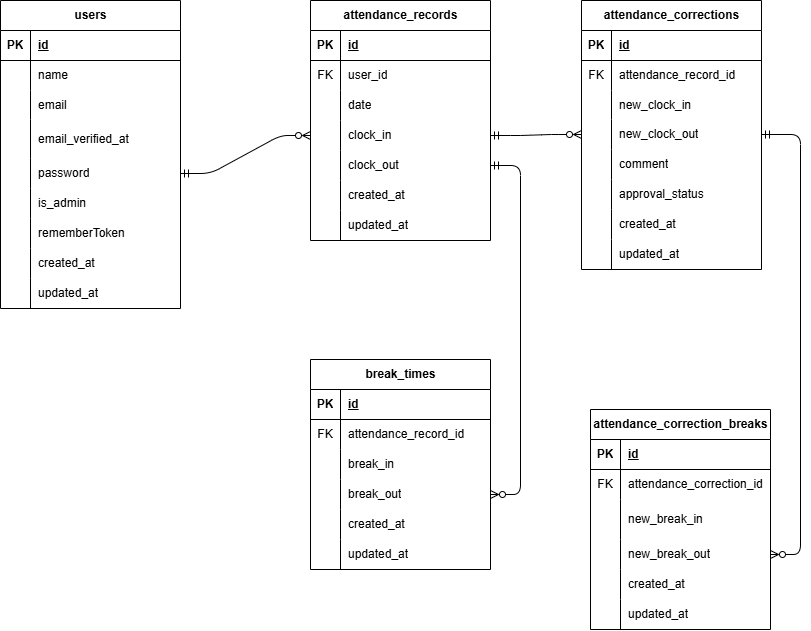
Before: ER.drawio.png, a diagram exported from draw.io (Kazuki-Yamaoka/attendance-app). Source tidied: cells renumbered, new cells last; positions are measured from the earlier drawing's top-left corner, leaving out a move shared by most shapes.
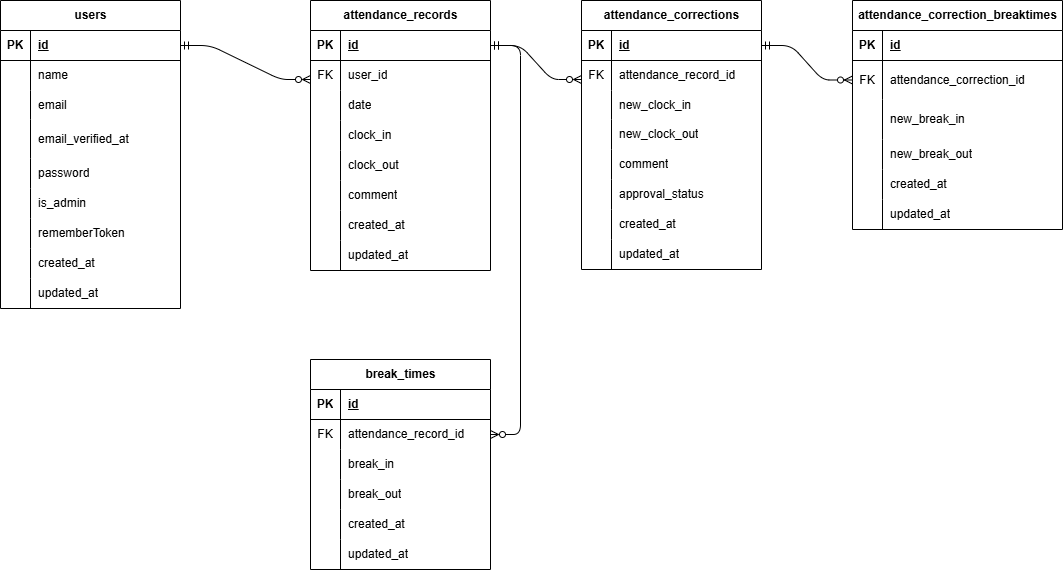
Later version of the same file.

The edit, as a diff of the source:
```diff
@@ -87,7 +87,7 @@
       <mxGeometry x="30" width="150" height="30" as="geometry" />
     </mxCell>
     <mxCell id="30" value="attendance_records" style="shape=table;startSize=30;rowLines=0;fontStyle=1;align=center;html=1;" parent="1" vertex="1">
-      <mxGeometry x="310" width="180" height="240" as="geometry" />
+      <mxGeometry x="310" width="180" height="270" as="geometry" />
     </mxCell>
     <mxCell id="31" style="shape=tableRow;horizontal=0;startSize=0;swimlaneHead=0;swimlaneBody=0;fillColor=none;points=[[0,0.5],[1,0.5]];portConstraint=eastwest;top=0;left=0;right=0;bottom=1;" parent="30" vertex="1">
       <mxGeometry y="30" width="180" height="30" as="geometry" />
@@ -134,8 +134,17 @@
     <mxCell id="45" value="clock_out" style="shape=partialRectangle;fillColor=none;top=0;left=0;bottom=0;right=0;align=left;spacingLeft=6;overflow=hidden;whiteSpace=wrap;html=1;" parent="43" vertex="1">
       <mxGeometry x="30" width="150" height="30" as="geometry" />
     </mxCell>
+    <mxCell id="120" style="shape=tableRow;horizontal=0;startSize=0;swimlaneHead=0;swimlaneBody=0;fillColor=none;top=0;left=0;right=0;bottom=0;" parent="30" vertex="1">
+      <mxGeometry y="180" width="180" height="30" as="geometry" />
+    </mxCell>
+    <mxCell id="121" style="shape=partialRectangle;fillColor=none;top=0;left=0;bottom=0;right=0;overflow=hidden;whiteSpace=wrap;html=1;" parent="120" vertex="1">
+      <mxGeometry width="30" height="30" as="geometry" />
+    </mxCell>
+    <mxCell id="122" value="comment" style="shape=partialRectangle;fillColor=none;top=0;left=0;bottom=0;right=0;align=left;spacingLeft=6;overflow=hidden;whiteSpace=wrap;html=1;" parent="120" vertex="1">
+      <mxGeometry x="30" width="150" height="30" as="geometry" />
+    </mxCell>
     <mxCell id="46" style="shape=tableRow;horizontal=0;startSize=0;swimlaneHead=0;swimlaneBody=0;fillColor=none;top=0;left=0;right=0;bottom=0;" parent="30" vertex="1">
-      <mxGeometry y="180" width="180" height="30" as="geometry" />
+      <mxGeometry y="210" width="180" height="30" as="geometry" />
     </mxCell>
     <mxCell id="47" style="shape=partialRectangle;fillColor=none;top=0;left=0;bottom=0;right=0;overflow=hidden;whiteSpace=wrap;html=1;" parent="46" vertex="1">
       <mxGeometry width="30" height="30" as="geometry" />
@@ -144,7 +153,7 @@
       <mxGeometry x="30" width="150" height="30" as="geometry" />
     </mxCell>
     <mxCell id="49" style="shape=tableRow;horizontal=0;startSize=0;swimlaneHead=0;swimlaneBody=0;fillColor=none;top=0;left=0;right=0;bottom=0;" parent="30" vertex="1">
-      <mxGeometry y="210" width="180" height="30" as="geometry" />
+      <mxGeometry y="240" width="180" height="30" as="geometry" />
     </mxCell>
     <mxCell id="50" style="shape=partialRectangle;fillColor=none;top=0;left=0;bottom=0;right=0;overflow=hidden;whiteSpace=wrap;html=1;" parent="49" vertex="1">
       <mxGeometry width="30" height="30" as="geometry" />
@@ -284,77 +293,78 @@
     <mxCell id="95" value="updated_at" style="shape=partialRectangle;fillColor=none;top=0;left=0;bottom=0;right=0;align=left;spacingLeft=6;overflow=hidden;whiteSpace=wrap;html=1;" parent="93" vertex="1">
       <mxGeometry x="30" width="150" height="30" as="geometry" />
     </mxCell>
-    <mxCell id="96" style="edgeStyle=entityRelationEdgeStyle;fontSize=12;html=1;endArrow=ERzeroToMany;startArrow=ERmandOne;startFill=0;endFill=0;" parent="1" edge="1" source="15" target="40">
-      <mxGeometry relative="1" as="geometry" />
+    <mxCell id="96" style="edgeStyle=entityRelationEdgeStyle;fontSize=12;html=1;endArrow=ERzeroToMany;startArrow=ERmandOne;startFill=0;endFill=0;" parent="1" edge="1" source="3">
+      <mxGeometry relative="1" as="geometry">
+        <mxPoint x="310" y="79" as="targetPoint" />
+      </mxGeometry>
     </mxCell>
-    <mxCell id="97" style="edgeStyle=entityRelationEdgeStyle;fontSize=12;html=1;endArrow=ERzeroToMany;startArrow=ERmandOne;startFill=0;endFill=0;" parent="1" edge="1" source="x" target="62">
-      <mxGeometry relative="1" as="geometry" />
-    </mxCell>
-    <mxCell id="98" value="attendance_correction_breaks" style="shape=table;startSize=30;rowLines=0;fontStyle=1;align=center;html=1;" parent="1" vertex="1">
-      <mxGeometry x="590" y="409" width="180" height="220" as="geometry" />
+    <mxCell id="98" value="attendance_correction_breaktimes" style="shape=table;startSize=30;rowLines=0;fontStyle=1;align=center;html=1;" parent="1" vertex="1">
+      <mxGeometry x="852" width="210" height="229" as="geometry" />
     </mxCell>
     <mxCell id="99" style="shape=tableRow;horizontal=0;startSize=0;swimlaneHead=0;swimlaneBody=0;fillColor=none;top=0;left=0;right=0;bottom=1;" parent="98" vertex="1">
-      <mxGeometry y="30" width="180" height="30" as="geometry" />
+      <mxGeometry y="30" width="210" height="30" as="geometry" />
     </mxCell>
     <mxCell id="100" value="PK" style="shape=partialRectangle;fillColor=none;top=0;left=0;bottom=0;right=0;fontStyle=1;overflow=hidden;whiteSpace=wrap;html=1;" parent="99" vertex="1">
       <mxGeometry width="30" height="30" as="geometry" />
     </mxCell>
     <mxCell id="101" value="id" style="shape=partialRectangle;fillColor=none;top=0;left=0;bottom=0;right=0;align=left;spacingLeft=6;fontStyle=5;overflow=hidden;whiteSpace=wrap;html=1;" parent="99" vertex="1">
-      <mxGeometry x="30" width="150" height="30" as="geometry" />
+      <mxGeometry x="30" width="180" height="30" as="geometry" />
     </mxCell>
     <mxCell id="102" style="shape=tableRow;horizontal=0;startSize=0;swimlaneHead=0;swimlaneBody=0;fillColor=none;points=[[0,0.5],[1,0.5]];portConstraint=eastwest;top=0;left=0;right=0;bottom=0;" parent="98" vertex="1">
-      <mxGeometry y="60" width="180" height="30" as="geometry" />
+      <mxGeometry y="60" width="210" height="39" as="geometry" />
     </mxCell>
     <mxCell id="103" value="FK" style="shape=partialRectangle;fillColor=none;top=0;left=0;bottom=0;right=0;overflow=hidden;whiteSpace=wrap;html=1;" parent="102" vertex="1">
-      <mxGeometry width="30" height="30" as="geometry" />
+      <mxGeometry width="30" height="39" as="geometry" />
     </mxCell>
     <mxCell id="104" value="attendance_correction_id" style="shape=partialRectangle;fillColor=none;top=0;left=0;bottom=0;right=0;align=left;spacingLeft=6;overflow=hidden;whiteSpace=wrap;html=1;" parent="102" vertex="1">
-      <mxGeometry x="30" width="150" height="30" as="geometry" />
+      <mxGeometry x="30" width="180" height="39" as="geometry" />
     </mxCell>
     <mxCell id="105" style="shape=tableRow;horizontal=0;startSize=0;swimlaneHead=0;swimlaneBody=0;fillColor=none;top=0;left=0;right=0;bottom=0;" parent="98" vertex="1">
-      <mxGeometry y="90" width="180" height="40" as="geometry" />
+      <mxGeometry y="99" width="210" height="40" as="geometry" />
     </mxCell>
     <mxCell id="106" style="shape=partialRectangle;fillColor=none;top=0;left=0;bottom=0;right=0;overflow=hidden;whiteSpace=wrap;html=1;" parent="105" vertex="1">
       <mxGeometry width="30" height="40" as="geometry" />
     </mxCell>
     <mxCell id="107" value="new_break_in" style="shape=partialRectangle;fillColor=none;top=0;left=0;bottom=0;right=0;align=left;spacingLeft=6;overflow=hidden;whiteSpace=wrap;html=1;" parent="105" vertex="1">
-      <mxGeometry x="30" width="150" height="40" as="geometry" />
+      <mxGeometry x="30" width="180" height="40" as="geometry" />
     </mxCell>
     <mxCell id="108" style="shape=tableRow;horizontal=0;startSize=0;swimlaneHead=0;swimlaneBody=0;fillColor=none;points=[[0,0.5],[1,0.5]];portConstraint=eastwest;top=0;left=0;right=0;bottom=0;" parent="98" vertex="1">
-      <mxGeometry y="130" width="180" height="30" as="geometry" />
+      <mxGeometry y="139" width="210" height="30" as="geometry" />
     </mxCell>
     <mxCell id="109" style="shape=partialRectangle;fillColor=none;top=0;left=0;bottom=0;right=0;overflow=hidden;whiteSpace=wrap;html=1;" parent="108" vertex="1">
       <mxGeometry width="30" height="30" as="geometry" />
     </mxCell>
     <mxCell id="110" value="new_break_out" style="shape=partialRectangle;fillColor=none;top=0;left=0;bottom=0;right=0;align=left;spacingLeft=6;overflow=hidden;whiteSpace=wrap;html=1;" parent="108" vertex="1">
-      <mxGeometry x="30" width="150" height="30" as="geometry" />
+      <mxGeometry x="30" width="180" height="30" as="geometry" />
     </mxCell>
     <mxCell id="111" style="shape=tableRow;horizontal=0;startSize=0;swimlaneHead=0;swimlaneBody=0;fillColor=none;top=0;left=0;right=0;bottom=0;" parent="98" vertex="1">
-      <mxGeometry y="160" width="180" height="30" as="geometry" />
+      <mxGeometry y="169" width="210" height="30" as="geometry" />
     </mxCell>
     <mxCell id="112" style="shape=partialRectangle;fillColor=none;top=0;left=0;bottom=0;right=0;overflow=hidden;whiteSpace=wrap;html=1;" parent="111" vertex="1">
       <mxGeometry width="30" height="30" as="geometry" />
     </mxCell>
     <mxCell id="113" value="created_at" style="shape=partialRectangle;fillColor=none;top=0;left=0;bottom=0;right=0;align=left;spacingLeft=6;overflow=hidden;whiteSpace=wrap;html=1;" parent="111" vertex="1">
-      <mxGeometry x="30" width="150" height="30" as="geometry" />
+      <mxGeometry x="30" width="180" height="30" as="geometry" />
     </mxCell>
     <mxCell id="114" style="shape=tableRow;horizontal=0;startSize=0;swimlaneHead=0;swimlaneBody=0;fillColor=none;top=0;left=0;right=0;bottom=0;" parent="98" vertex="1">
-      <mxGeometry y="190" width="180" height="30" as="geometry" />
+      <mxGeometry y="199" width="210" height="30" as="geometry" />
     </mxCell>
     <mxCell id="115" style="shape=partialRectangle;fillColor=none;top=0;left=0;bottom=0;right=0;overflow=hidden;whiteSpace=wrap;html=1;" parent="114" vertex="1">
       <mxGeometry width="30" height="30" as="geometry" />
     </mxCell>
     <mxCell id="116" value="updated_at" style="shape=partialRectangle;fillColor=none;top=0;left=0;bottom=0;right=0;align=left;spacingLeft=6;overflow=hidden;whiteSpace=wrap;html=1;" parent="114" vertex="1">
-      <mxGeometry x="30" width="150" height="30" as="geometry" />
+      <mxGeometry x="30" width="180" height="30" as="geometry" />
     </mxCell>
-    <mxCell id="117" style="edgeStyle=entityRelationEdgeStyle;fontSize=12;html=1;endArrow=ERzeroToMany;startArrow=ERmandOne;startFill=0;endFill=0;" parent="1" edge="1" source="81" target="108">
-      <mxGeometry x="0.07" relative="1" as="geometry" />
+    <mxCell id="117" style="edgeStyle=entityRelationEdgeStyle;fontSize=12;html=1;endArrow=ERzeroToMany;startArrow=ERmandOne;startFill=0;endFill=0;" parent="1" edge="1" source="72" target="102">
+      <mxGeometry x="0.2" relative="1" as="geometry" />
     </mxCell>
-    <mxCell id="118" style="edgeStyle=entityRelationEdgeStyle;fontSize=12;html=1;endArrow=ERzeroToMany;startArrow=ERmandOne;endFill=0;startFill=0;" parent="1" edge="1" source="40" target="81">
-      <mxGeometry relative="1" as="geometry" />
+    <mxCell id="118" style="edgeStyle=entityRelationEdgeStyle;fontSize=12;html=1;endArrow=ERzeroToMany;startArrow=ERmandOne;endFill=0;startFill=0;" parent="1" edge="1" source="31">
+      <mxGeometry relative="1" as="geometry">
+        <mxPoint x="581" y="79" as="targetPoint" />
+      </mxGeometry>
     </mxCell>
-    <mxCell id="119" style="edgeStyle=entityRelationEdgeStyle;fontSize=12;html=1;endArrow=ERzeroToMany;startArrow=ERmandOne;endFill=0;startFill=0;" parent="1" edge="1" source="43" target="62">
-      <mxGeometry x="0.12" relative="1" as="geometry" />
+    <mxCell id="119" style="edgeStyle=entityRelationEdgeStyle;fontSize=12;html=1;endArrow=ERzeroToMany;startArrow=ERmandOne;endFill=0;startFill=0;" parent="1" edge="1" source="31" target="56">
+      <mxGeometry x="0.55" relative="1" as="geometry" />
     </mxCell>
   </root>
 </mxGraphModel>
```
